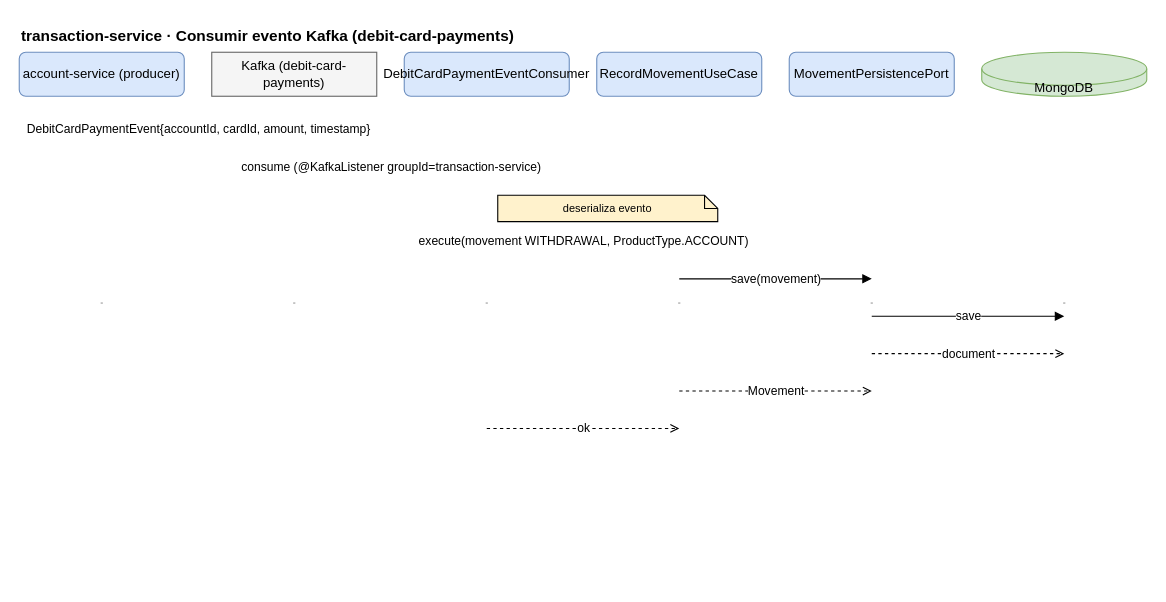
This is docs/diagrams/drawio/10-transaction-kafka.drawio from Zairex-Code/financial-core, a draw.io file, before an edit. Source tidied: cells renumbered, new cells numbered last; positions are measured from the earlier drawing's top-left corner, leaving out a move shared by most shapes. Both pictures are drawn from the tidied source at 110%, with x=0, y=0 at pixel (19, 19).
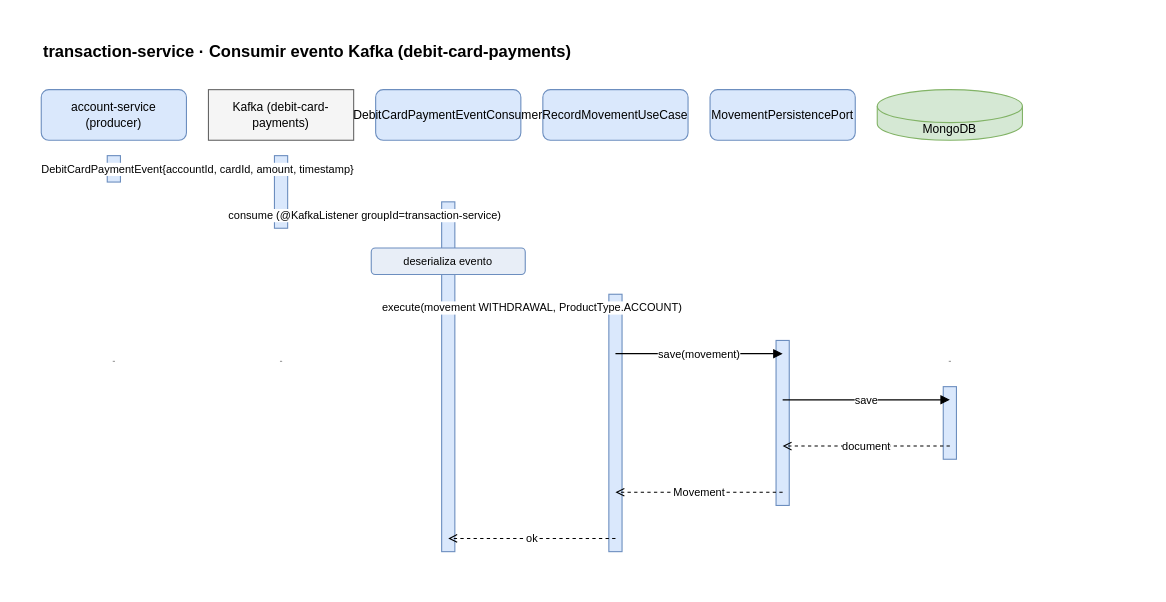
Above is the later version.

Change to the diagram source:
```diff
@@
+    <mxCell id="8" value="transaction-service · Consumir evento Kafka (debit-card-payments)" style="text;html=1;align=left;fontSize=15;fontStyle=1;" parent="1" vertex="1">
+      <mxGeometry x="20" y="14" width="900" height="24" as="geometry" />
+    </mxCell>
-    <mxCell id="2" value="account-service (producer)" style="rounded=1;whiteSpace=wrap;html=1;fillColor=#dae8fc;strokeColor=#6c8ebf;fontSize=12;" parent="1" vertex="1">
-      <mxGeometry y="30" width="150" height="40" as="geometry" />
+    <mxCell id="2" value="account-service (producer)" style="rounded=1;whiteSpace=wrap;html=1;fillColor=#dae8fc;strokeColor=#6c8ebf;fontSize=11;fontStyle=0;" parent="1" vertex="1">
+      <mxGeometry x="20" y="64" width="132" height="46" as="geometry" />
     </mxCell>
-    <mxCell id="3" value="Kafka (debit-card-payments)" style="whiteSpace=wrap;html=1;fillColor=#f5f5f5;strokeColor=#666666;fontSize=12;" parent="1" vertex="1">
-      <mxGeometry x="175" y="30" width="150" height="40" as="geometry" />
+    <mxCell id="3" value="Kafka (debit-card-payments)" style="whiteSpace=wrap;html=1;fillColor=#f5f5f5;strokeColor=#666666;fontSize=11;" parent="1" vertex="1">
+      <mxGeometry x="172" y="64" width="132" height="46" as="geometry" />
     </mxCell>
-    <mxCell id="4" value="DebitCardPaymentEventConsumer" style="rounded=1;whiteSpace=wrap;html=1;fillColor=#dae8fc;strokeColor=#6c8ebf;fontSize=12;" parent="1" vertex="1">
-      <mxGeometry x="350" y="30" width="150" height="40" as="geometry" />
+    <mxCell id="4" value="DebitCardPaymentEventConsumer" style="rounded=1;whiteSpace=wrap;html=1;fillColor=#dae8fc;strokeColor=#6c8ebf;fontSize=11;fontStyle=0;" parent="1" vertex="1">
+      <mxGeometry x="324" y="64" width="132" height="46" as="geometry" />
     </mxCell>
-    <mxCell id="5" value="RecordMovementUseCase" style="rounded=1;whiteSpace=wrap;html=1;fillColor=#dae8fc;strokeColor=#6c8ebf;fontSize=12;" parent="1" vertex="1">
-      <mxGeometry x="525" y="30" width="150" height="40" as="geometry" />
+    <mxCell id="5" value="RecordMovementUseCase" style="rounded=1;whiteSpace=wrap;html=1;fillColor=#dae8fc;strokeColor=#6c8ebf;fontSize=11;fontStyle=0;" parent="1" vertex="1">
+      <mxGeometry x="476" y="64" width="132" height="46" as="geometry" />
     </mxCell>
-    <mxCell id="6" value="MovementPersistencePort" style="rounded=1;whiteSpace=wrap;html=1;fillColor=#dae8fc;strokeColor=#6c8ebf;fontSize=12;" parent="1" vertex="1">
-      <mxGeometry x="700" y="30" width="150" height="40" as="geometry" />
+    <mxCell id="6" value="MovementPersistencePort" style="rounded=1;whiteSpace=wrap;html=1;fillColor=#dae8fc;strokeColor=#6c8ebf;fontSize=11;fontStyle=0;" parent="1" vertex="1">
+      <mxGeometry x="628" y="64" width="132" height="46" as="geometry" />
     </mxCell>
-    <mxCell id="7" value="MongoDB" style="shape=cylinder3;whiteSpace=wrap;html=1;fillColor=#d5e8d4;strokeColor=#82b366;boundedLbl=1;backgroundOutline=1;size=15;fontSize=12;" parent="1" vertex="1">
-      <mxGeometry x="875" y="30" width="150" height="40" as="geometry" />
+    <mxCell id="7" value="MongoDB" style="shape=cylinder3;whiteSpace=wrap;html=1;fillColor=#d5e8d4;strokeColor=#82b366;boundedLbl=1;backgroundOutline=1;size=15;fontSize=11;" parent="1" vertex="1">
+      <mxGeometry x="780" y="64" width="132" height="46" as="geometry" />
     </mxCell>
-    <mxCell id="8" value="transaction-service · Consumir evento Kafka (debit-card-payments)" style="text;html=1;align=left;fontSize=14;fontStyle=1;" parent="1" vertex="1">
-      <mxGeometry width="400" height="20" as="geometry" />
-    </mxCell>
     <mxCell id="9" style="shape=line;strokeColor=#999999;dashed=1;html=1;" parent="1" vertex="1">
-      <mxGeometry x="74" y="70" width="2" height="376" as="geometry" />
+      <mxGeometry x="85" y="110" width="2" height="402" as="geometry" />
     </mxCell>
     <mxCell id="10" style="shape=line;strokeColor=#999999;dashed=1;html=1;" parent="1" vertex="1">
-      <mxGeometry x="249" y="70" width="2" height="376" as="geometry" />
+      <mxGeometry x="237" y="110" width="2" height="402" as="geometry" />
     </mxCell>
     <mxCell id="11" style="shape=line;strokeColor=#999999;dashed=1;html=1;" parent="1" vertex="1">
-      <mxGeometry x="424" y="70" width="2" height="376" as="geometry" />
+      <mxGeometry x="389" y="110" width="2" height="402" as="geometry" />
     </mxCell>
     <mxCell id="12" style="shape=line;strokeColor=#999999;dashed=1;html=1;" parent="1" vertex="1">
-      <mxGeometry x="599" y="70" width="2" height="376" as="geometry" />
+      <mxGeometry x="541" y="110" width="2" height="402" as="geometry" />
     </mxCell>
     <mxCell id="13" style="shape=line;strokeColor=#999999;dashed=1;html=1;" parent="1" vertex="1">
-      <mxGeometry x="774" y="70" width="2" height="376" as="geometry" />
+      <mxGeometry x="693" y="110" width="2" height="402" as="geometry" />
     </mxCell>
     <mxCell id="14" style="shape=line;strokeColor=#999999;dashed=1;html=1;" parent="1" vertex="1">
-      <mxGeometry x="949" y="70" width="2" height="376" as="geometry" />
+      <mxGeometry x="845" y="110" width="2" height="402" as="geometry" />
     </mxCell>
-    <mxCell id="15" value="deserializa evento" style="shape=note;whiteSpace=wrap;html=1;backgroundOutline=1;size=12;fillColor=#fff2cc;fontSize=10;" parent="1" vertex="1">
-      <mxGeometry x="435" y="160" width="200" height="24" as="geometry" />
-    </mxCell>
+    <mxCell id="24" style="rounded=0;html=1;fillColor=#dae8fc;strokeColor=#6c8ebf;" parent="1" vertex="1">
+      <mxGeometry x="80" y="124" width="12" height="24" as="geometry" />
+    </mxCell>
+    <mxCell id="25" style="rounded=0;html=1;fillColor=#dae8fc;strokeColor=#6c8ebf;" parent="1" vertex="1">
+      <mxGeometry x="232" y="124" width="12" height="66" as="geometry" />
+    </mxCell>
+    <mxCell id="26" style="rounded=0;html=1;fillColor=#dae8fc;strokeColor=#6c8ebf;" parent="1" vertex="1">
+      <mxGeometry x="384" y="166" width="12" height="318" as="geometry" />
+    </mxCell>
+    <mxCell id="27" style="rounded=0;html=1;fillColor=#dae8fc;strokeColor=#6c8ebf;" parent="1" vertex="1">
+      <mxGeometry x="536" y="250" width="12" height="234" as="geometry" />
+    </mxCell>
+    <mxCell id="28" style="rounded=0;html=1;fillColor=#dae8fc;strokeColor=#6c8ebf;" parent="1" vertex="1">
+      <mxGeometry x="688" y="292" width="12" height="150" as="geometry" />
+    </mxCell>
+    <mxCell id="29" style="rounded=0;html=1;fillColor=#dae8fc;strokeColor=#6c8ebf;" parent="1" vertex="1">
+      <mxGeometry x="840" y="334" width="12" height="66" as="geometry" />
+    </mxCell>
-    <mxCell id="16" value="DebitCardPaymentEvent{accountId, cardId, amount, timestamp}" style="edgeStyle=orthogonalEdgeStyle;rounded=0;html=1;dashed=1;endArrow=block;strokeColor=#b85450;fontSize=11;" parent="1" edge="1">
+    <mxCell id="16" value="DebitCardPaymentEvent{accountId, cardId, amount, timestamp}" style="edgeStyle=orthogonalEdgeStyle;rounded=0;html=1;dashed=1;endArrow=block;strokeColor=#b85450;fontSize=10;labelBackgroundColor=#ffffff;" parent="1" edge="1">
       <mxGeometry relative="1" as="geometry">
-        <mxPoint x="75" y="100" as="sourcePoint" />
-        <mxPoint x="250" y="100" as="targetPoint" />
+        <mxPoint x="86" y="136" as="sourcePoint" />
+        <mxPoint x="238" y="136" as="targetPoint" />
       </mxGeometry>
     </mxCell>
-    <mxCell id="17" value="consume (@KafkaListener groupId=transaction-service)" style="edgeStyle=orthogonalEdgeStyle;rounded=0;html=1;dashed=1;endArrow=block;strokeColor=#b85450;fontSize=11;" parent="1" edge="1">
+    <mxCell id="17" value="consume (@KafkaListener groupId=transaction-service)" style="edgeStyle=orthogonalEdgeStyle;rounded=0;html=1;dashed=1;endArrow=block;strokeColor=#b85450;fontSize=10;labelBackgroundColor=#ffffff;" parent="1" edge="1">
       <mxGeometry relative="1" as="geometry">
-        <mxPoint x="250" y="134" as="sourcePoint" />
-        <mxPoint x="425" y="134" as="targetPoint" />
+        <mxPoint x="238" y="178" as="sourcePoint" />
+        <mxPoint x="390" y="178" as="targetPoint" />
       </mxGeometry>
     </mxCell>
+    <mxCell id="15" value="deserializa evento" style="rounded=1;whiteSpace=wrap;html=1;fillColor=#e8eef7;strokeColor=#6c8ebf;fontSize=10;" parent="1" vertex="1">
+      <mxGeometry x="320" y="208" width="140" height="24" as="geometry" />
+    </mxCell>
-    <mxCell id="18" value="execute(movement WITHDRAWAL, ProductType.ACCOUNT)" style="edgeStyle=orthogonalEdgeStyle;rounded=0;html=1;endArrow=block;fontSize=11;" parent="1" edge="1">
+    <mxCell id="18" value="execute(movement WITHDRAWAL, ProductType.ACCOUNT)" style="edgeStyle=orthogonalEdgeStyle;rounded=0;html=1;endArrow=block;fontSize=10;labelBackgroundColor=#ffffff;" parent="1" edge="1">
       <mxGeometry relative="1" as="geometry">
-        <mxPoint x="425" y="202" as="sourcePoint" />
-        <mxPoint x="600" y="202" as="targetPoint" />
+        <mxPoint x="390" y="262" as="sourcePoint" />
+        <mxPoint x="542" y="262" as="targetPoint" />
       </mxGeometry>
     </mxCell>
-    <mxCell id="19" value="save(movement)" style="edgeStyle=orthogonalEdgeStyle;rounded=0;html=1;endArrow=block;fontSize=11;" parent="1" edge="1">
+    <mxCell id="19" value="save(movement)" style="edgeStyle=orthogonalEdgeStyle;rounded=0;html=1;endArrow=block;fontSize=10;labelBackgroundColor=#ffffff;" parent="1" edge="1">
       <mxGeometry relative="1" as="geometry">
-        <mxPoint x="600" y="236" as="sourcePoint" />
-        <mxPoint x="775" y="236" as="targetPoint" />
+        <mxPoint x="542" y="304" as="sourcePoint" />
+        <mxPoint x="694" y="304" as="targetPoint" />
       </mxGeometry>
     </mxCell>
-    <mxCell id="20" value="save" style="edgeStyle=orthogonalEdgeStyle;rounded=0;html=1;endArrow=block;fontSize=11;" parent="1" edge="1">
+    <mxCell id="20" value="save" style="edgeStyle=orthogonalEdgeStyle;rounded=0;html=1;endArrow=block;fontSize=10;labelBackgroundColor=#ffffff;" parent="1" edge="1">
       <mxGeometry relative="1" as="geometry">
-        <mxPoint x="775" y="270" as="sourcePoint" />
-        <mxPoint x="950" y="270" as="targetPoint" />
+        <mxPoint x="694" y="346" as="sourcePoint" />
+        <mxPoint x="846" y="346" as="targetPoint" />
       </mxGeometry>
     </mxCell>
-    <mxCell id="21" value="document" style="edgeStyle=orthogonalEdgeStyle;rounded=0;html=1;dashed=1;endArrow=open;fontSize=11;" parent="1" edge="1">
+    <mxCell id="21" value="document" style="edgeStyle=orthogonalEdgeStyle;rounded=0;html=1;dashed=1;endArrow=open;fontSize=10;labelBackgroundColor=#ffffff;" parent="1" edge="1">
       <mxGeometry relative="1" as="geometry">
-        <mxPoint x="775" y="304" as="sourcePoint" />
-        <mxPoint x="950" y="304" as="targetPoint" />
+        <mxPoint x="846" y="388" as="sourcePoint" />
+        <mxPoint x="694" y="388" as="targetPoint" />
       </mxGeometry>
     </mxCell>
-    <mxCell id="22" value="Movement" style="edgeStyle=orthogonalEdgeStyle;rounded=0;html=1;dashed=1;endArrow=open;fontSize=11;" parent="1" edge="1">
+    <mxCell id="22" value="Movement" style="edgeStyle=orthogonalEdgeStyle;rounded=0;html=1;dashed=1;endArrow=open;fontSize=10;labelBackgroundColor=#ffffff;" parent="1" edge="1">
       <mxGeometry relative="1" as="geometry">
-        <mxPoint x="600" y="338" as="sourcePoint" />
-        <mxPoint x="775" y="338" as="targetPoint" />
+        <mxPoint x="694" y="430" as="sourcePoint" />
+        <mxPoint x="542" y="430" as="targetPoint" />
       </mxGeometry>
     </mxCell>
-    <mxCell id="23" value="ok" style="edgeStyle=orthogonalEdgeStyle;rounded=0;html=1;dashed=1;endArrow=open;fontSize=11;" parent="1" edge="1">
+    <mxCell id="23" value="ok" style="edgeStyle=orthogonalEdgeStyle;rounded=0;html=1;dashed=1;endArrow=open;fontSize=10;labelBackgroundColor=#ffffff;" parent="1" edge="1">
       <mxGeometry relative="1" as="geometry">
-        <mxPoint x="425" y="372" as="sourcePoint" />
-        <mxPoint x="600" y="372" as="targetPoint" />
+        <mxPoint x="542" y="472" as="sourcePoint" />
+        <mxPoint x="390" y="472" as="targetPoint" />
       </mxGeometry>
     </mxCell>
```
